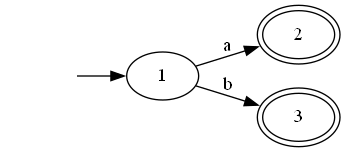
Earlier version of the Graphviz export test-output/round-table.gv.png (JuanDiegoAvila/Laboratorio_Compiladores). Its source is kept beside it as test-output/round-table.gv.
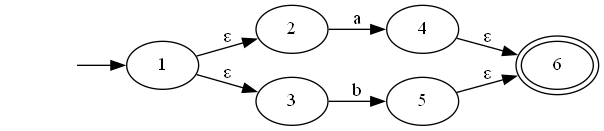
Later version of the same file.

What changed in the source:
```diff
@@ -4,8 +4,15 @@
 	1
 	inicio -> 1
 	1
-	1 -> 2 [label=a]
-	1 -> 3 [label=b]
-	2 [peripheries=2]
-	3 [peripheries=2]
+	1 -> 2 [label="ε"]
+	1 -> 3 [label="ε"]
+	2
+	2 -> 4 [label=a]
+	3
+	3 -> 5 [label=b]
+	4
+	4 -> 6 [label="ε"]
+	5
+	5 -> 6 [label="ε"]
+	6 [peripheries=2]
 }
```
